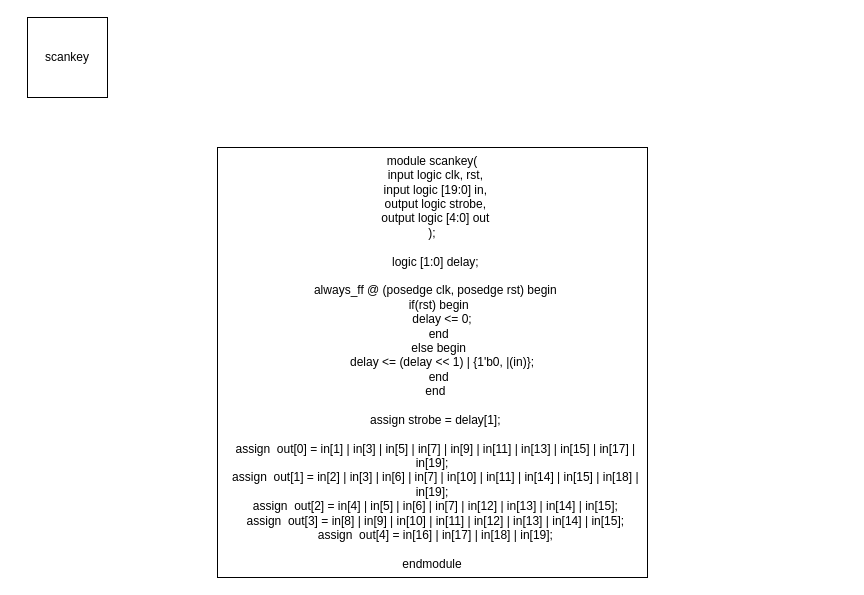
Earlier version of the draw.io diagram Untitled Diagram.drawio (LeoChen21/chenLeo). Source tidied: cells renumbered, new cells numbered last; positions are measured from the earlier drawing's top-left corner, leaving out a move shared by most shapes. Both pictures are drawn from the tidied source at 100%, with x=0, y=0 at pixel (27, 17).
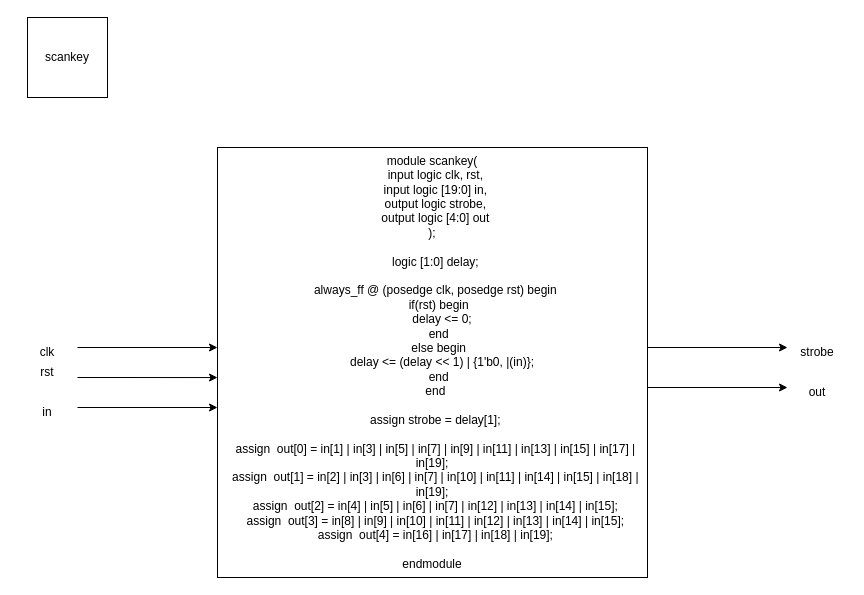
The same diagram, later.

The edit, as a diff of the source:
```diff
@@
 <mxGraphModel>
   <root>
     <mxCell id="0" />
     <mxCell id="1" parent="0" />
     <mxCell id="2" value="scankey" style="whiteSpace=wrap;html=1;" parent="1" vertex="1">
       <mxGeometry width="80" height="80" as="geometry" />
     </mxCell>
     <mxCell id="3" value="module scankey(&#10;  input logic clk, rst,&#10;  input logic [19:0] in,&#10;  output logic strobe,&#10;  output logic [4:0] out&#10;);&#10;&#10;  logic [1:0] delay;&#10;&#10;  always_ff @ (posedge clk, posedge rst) begin&#10;    if(rst) begin&#10;      delay &lt;= 0;&#10;    end&#10;    else begin&#10;      delay &lt;= (delay &lt;&lt; 1) | {1'b0, |(in)};&#10;    end&#10;  end&#10; &#10;  assign strobe = delay[1];&#10; &#10;  assign  out[0] = in[1] | in[3] | in[5] | in[7] | in[9] | in[11] | in[13] | in[15] | in[17] | in[19];&#10;  assign  out[1] = in[2] | in[3] | in[6] | in[7] | in[10] | in[11] | in[14] | in[15] | in[18] | in[19];&#10;  assign  out[2] = in[4] | in[5] | in[6] | in[7] | in[12] | in[13] | in[14] | in[15];&#10;  assign  out[3] = in[8] | in[9] | in[10] | in[11] | in[12] | in[13] | in[14] | in[15];&#10;  assign  out[4] = in[16] | in[17] | in[18] | in[19];&#10;&#10;endmodule" style="whiteSpace=wrap;html=1;" parent="1" vertex="1">
       <mxGeometry x="190" y="130" width="430" height="430" as="geometry" />
     </mxCell>
+    <mxCell id="4" style="endArrow=classic;html=1;rounded=0;entryX=0;entryY=0.535;entryDx=0;entryDy=0;entryPerimeter=0;" parent="1" edge="1" target="3">
+      <mxGeometry relative="1" as="geometry">
+        <mxPoint x="50" y="360" as="sourcePoint" />
+      </mxGeometry>
+    </mxCell>
+    <mxCell id="5" style="endArrow=classic;html=1;rounded=0;entryX=0;entryY=0.535;entryDx=0;entryDy=0;entryPerimeter=0;" parent="1" edge="1">
+      <mxGeometry relative="1" as="geometry">
+        <mxPoint x="50" y="390" as="sourcePoint" />
+        <mxPoint x="190" y="390" as="targetPoint" />
+      </mxGeometry>
+    </mxCell>
+    <mxCell id="6" style="endArrow=classic;html=1;rounded=0;entryX=0;entryY=0.535;entryDx=0;entryDy=0;entryPerimeter=0;" parent="1" edge="1">
+      <mxGeometry relative="1" as="geometry">
+        <mxPoint x="50" y="330" as="sourcePoint" />
+        <mxPoint x="190" y="330" as="targetPoint" />
+      </mxGeometry>
+    </mxCell>
+    <mxCell id="7" style="endArrow=classic;html=1;rounded=0;entryX=0;entryY=0.535;entryDx=0;entryDy=0;entryPerimeter=0;" parent="1" edge="1">
+      <mxGeometry relative="1" as="geometry">
+        <mxPoint x="620" y="330" as="sourcePoint" />
+        <mxPoint x="760" y="330" as="targetPoint" />
+      </mxGeometry>
+    </mxCell>
+    <mxCell id="8" style="endArrow=classic;html=1;rounded=0;entryX=0;entryY=0.535;entryDx=0;entryDy=0;entryPerimeter=0;" parent="1" edge="1">
+      <mxGeometry relative="1" as="geometry">
+        <mxPoint x="620" y="370" as="sourcePoint" />
+        <mxPoint x="760" y="370" as="targetPoint" />
+      </mxGeometry>
+    </mxCell>
+    <mxCell id="9" value="clk" style="text;html=1;strokeColor=none;fillColor=none;align=center;verticalAlign=middle;whiteSpace=wrap;rounded=0;" parent="1" vertex="1">
+      <mxGeometry x="-10" y="320" width="60" height="30" as="geometry" />
+    </mxCell>
+    <mxCell id="10" value="rst" style="text;html=1;strokeColor=none;fillColor=none;align=center;verticalAlign=middle;whiteSpace=wrap;rounded=0;" parent="1" vertex="1">
+      <mxGeometry x="-10" y="340" width="60" height="30" as="geometry" />
+    </mxCell>
+    <mxCell id="11" value="in" style="text;html=1;strokeColor=none;fillColor=none;align=center;verticalAlign=middle;whiteSpace=wrap;rounded=0;" parent="1" vertex="1">
+      <mxGeometry x="-10" y="380" width="60" height="30" as="geometry" />
+    </mxCell>
+    <mxCell id="12" value="&lt;div&gt;strobe&lt;/div&gt;" style="text;html=1;strokeColor=none;fillColor=none;align=center;verticalAlign=middle;whiteSpace=wrap;rounded=0;" parent="1" vertex="1">
+      <mxGeometry x="760" y="320" width="60" height="30" as="geometry" />
+    </mxCell>
+    <mxCell id="13" value="out" style="text;html=1;strokeColor=none;fillColor=none;align=center;verticalAlign=middle;whiteSpace=wrap;rounded=0;" parent="1" vertex="1">
+      <mxGeometry x="760" y="360" width="60" height="30" as="geometry" />
+    </mxCell>
   </root>
 </mxGraphModel>
```
